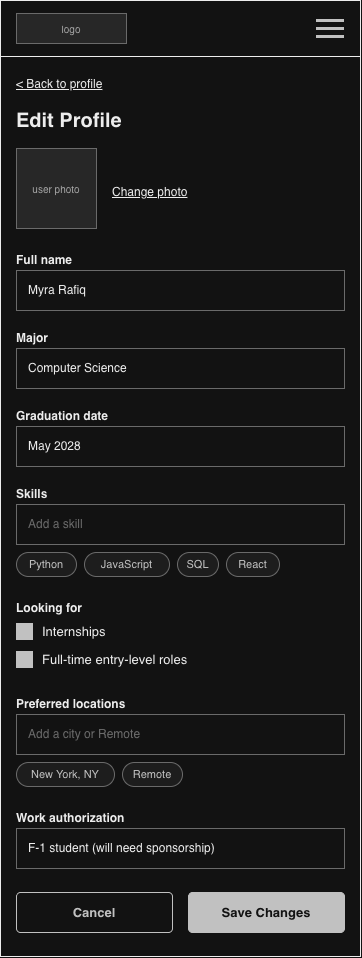
The draw.io diagram ux-design/wireframes-21-edit-profile.drawio.png in agile-students-fall2026/CareerHive, before a commit. Source tidied: cells renumbered, new cells last; positions are measured from the earlier drawing's top-left corner, leaving out a move shared by most shapes.
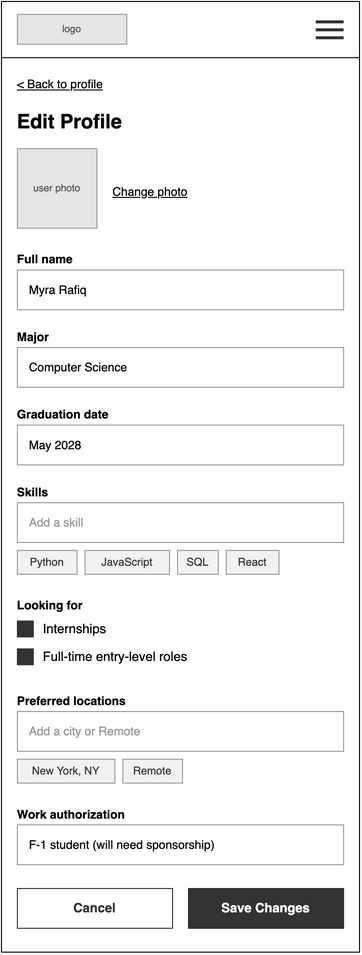
The same file after the commit.

The edit, as a diff of the source:
```diff
@@ -17,94 +17,94 @@
     <mxCell id="6" style="html=1;whiteSpace=wrap;fontFamily=Helvetica;rounded=0;fillColor=#333333;strokeColor=none;" parent="1" vertex="1">
       <mxGeometry x="316" y="35" width="28" height="3" as="geometry" />
     </mxCell>
-    <mxCell id="7" style="html=1;whiteSpace=wrap;fontFamily=Helvetica;fillColor=#000000;strokeColor=none;" parent="1" vertex="1">
+    <mxCell id="7" style="html=1;whiteSpace=wrap;fontFamily=Helvetica;fillColor=#000000;strokeColor=none;rounded=0;" parent="1" vertex="1">
       <mxGeometry y="56" width="360" height="1" as="geometry" />
     </mxCell>
-    <mxCell id="8" value="&amp;lt; Back to profile" style="html=1;whiteSpace=wrap;fontFamily=Helvetica;text;strokeColor=none;fillColor=none;spacing=0;overflow=visible;fontSize=12;fontStyle=4;fontColor=#000000;align=left;verticalAlign=top;" parent="1" vertex="1">
+    <mxCell id="8" value="&amp;lt; Back to profile" style="html=1;whiteSpace=wrap;fontFamily=Helvetica;text;strokeColor=none;fillColor=none;spacing=0;overflow=visible;fontSize=12;fontStyle=4;fontColor=#000000;align=left;verticalAlign=top;rounded=0;" parent="1" vertex="1">
       <mxGeometry x="16" y="72" width="200" height="16" as="geometry" />
     </mxCell>
-    <mxCell id="9" value="Edit Profile" style="html=1;whiteSpace=wrap;fontFamily=Helvetica;text;strokeColor=none;fillColor=none;spacing=0;overflow=visible;fontSize=20;fontStyle=1;fontColor=#000000;align=left;verticalAlign=top;" parent="1" vertex="1">
+    <mxCell id="9" value="Edit Profile" style="html=1;whiteSpace=wrap;fontFamily=Helvetica;text;strokeColor=none;fillColor=none;spacing=0;overflow=visible;fontSize=20;fontStyle=1;fontColor=#000000;align=left;verticalAlign=top;rounded=0;" parent="1" vertex="1">
       <mxGeometry x="16" y="104" width="328" height="28" as="geometry" />
     </mxCell>
     <mxCell id="10" value="user photo" style="html=1;whiteSpace=wrap;fontFamily=Helvetica;rounded=0;fillColor=#E6E6E6;strokeColor=#999999;fontColor=#555555;fontSize=10;" parent="1" vertex="1">
       <mxGeometry x="16" y="148" width="80" height="80" as="geometry" />
     </mxCell>
-    <mxCell id="11" value="Change photo" style="html=1;whiteSpace=wrap;fontFamily=Helvetica;text;strokeColor=none;fillColor=none;spacing=0;overflow=visible;fontSize=12;fontStyle=4;fontColor=#000000;align=left;verticalAlign=top;" parent="1" vertex="1">
+    <mxCell id="11" value="Change photo" style="html=1;whiteSpace=wrap;fontFamily=Helvetica;text;strokeColor=none;fillColor=none;spacing=0;overflow=visible;fontSize=12;fontStyle=4;fontColor=#000000;align=left;verticalAlign=top;rounded=0;" parent="1" vertex="1">
       <mxGeometry x="112" y="180" width="150" height="18" as="geometry" />
     </mxCell>
-    <mxCell id="12" value="Full name" style="html=1;whiteSpace=wrap;fontFamily=Helvetica;text;strokeColor=none;fillColor=none;spacing=0;overflow=visible;fontSize=12;fontStyle=1;fontColor=#000000;align=left;verticalAlign=top;" parent="1" vertex="1">
+    <mxCell id="12" value="Full name" style="html=1;whiteSpace=wrap;fontFamily=Helvetica;text;strokeColor=none;fillColor=none;spacing=0;overflow=visible;fontSize=12;fontStyle=1;fontColor=#000000;align=left;verticalAlign=top;rounded=0;" parent="1" vertex="1">
       <mxGeometry x="16" y="248" width="328" height="16" as="geometry" />
     </mxCell>
     <mxCell id="13" value="Myra Rafiq" style="html=1;whiteSpace=wrap;fontFamily=Helvetica;rounded=0;fillColor=#FFFFFF;strokeColor=#999999;align=left;verticalAlign=middle;spacingLeft=10;spacingTop=0;spacingRight=10;fontSize=12;fontColor=#000000;" parent="1" vertex="1">
       <mxGeometry x="16" y="270" width="328" height="40" as="geometry" />
     </mxCell>
-    <mxCell id="14" value="Major" style="html=1;whiteSpace=wrap;fontFamily=Helvetica;text;strokeColor=none;fillColor=none;spacing=0;overflow=visible;fontSize=12;fontStyle=1;fontColor=#000000;align=left;verticalAlign=top;" parent="1" vertex="1">
+    <mxCell id="14" value="Major" style="html=1;whiteSpace=wrap;fontFamily=Helvetica;text;strokeColor=none;fillColor=none;spacing=0;overflow=visible;fontSize=12;fontStyle=1;fontColor=#000000;align=left;verticalAlign=top;rounded=0;" parent="1" vertex="1">
       <mxGeometry x="16" y="326" width="328" height="16" as="geometry" />
     </mxCell>
     <mxCell id="15" value="Computer Science" style="html=1;whiteSpace=wrap;fontFamily=Helvetica;rounded=0;fillColor=#FFFFFF;strokeColor=#999999;align=left;verticalAlign=middle;spacingLeft=10;spacingTop=0;spacingRight=10;fontSize=12;fontColor=#000000;" parent="1" vertex="1">
       <mxGeometry x="16" y="348" width="328" height="40" as="geometry" />
     </mxCell>
-    <mxCell id="16" value="Graduation date" style="html=1;whiteSpace=wrap;fontFamily=Helvetica;text;strokeColor=none;fillColor=none;spacing=0;overflow=visible;fontSize=12;fontStyle=1;fontColor=#000000;align=left;verticalAlign=top;" parent="1" vertex="1">
+    <mxCell id="16" value="Graduation date" style="html=1;whiteSpace=wrap;fontFamily=Helvetica;text;strokeColor=none;fillColor=none;spacing=0;overflow=visible;fontSize=12;fontStyle=1;fontColor=#000000;align=left;verticalAlign=top;rounded=0;" parent="1" vertex="1">
       <mxGeometry x="16" y="404" width="328" height="16" as="geometry" />
     </mxCell>
     <mxCell id="17" value="May 2028" style="html=1;whiteSpace=wrap;fontFamily=Helvetica;rounded=0;fillColor=#FFFFFF;strokeColor=#999999;align=left;verticalAlign=middle;spacingLeft=10;spacingTop=0;spacingRight=10;fontSize=12;fontColor=#000000;" parent="1" vertex="1">
       <mxGeometry x="16" y="426" width="328" height="40" as="geometry" />
     </mxCell>
-    <mxCell id="18" value="Skills" style="html=1;whiteSpace=wrap;fontFamily=Helvetica;text;strokeColor=none;fillColor=none;spacing=0;overflow=visible;fontSize=12;fontStyle=1;fontColor=#000000;align=left;verticalAlign=top;" parent="1" vertex="1">
+    <mxCell id="18" value="Skills" style="html=1;whiteSpace=wrap;fontFamily=Helvetica;text;strokeColor=none;fillColor=none;spacing=0;overflow=visible;fontSize=12;fontStyle=1;fontColor=#000000;align=left;verticalAlign=top;rounded=0;" parent="1" vertex="1">
       <mxGeometry x="16" y="482" width="328" height="16" as="geometry" />
     </mxCell>
     <mxCell id="19" value="Add a skill" style="html=1;whiteSpace=wrap;fontFamily=Helvetica;rounded=0;fillColor=#FFFFFF;strokeColor=#999999;align=left;verticalAlign=middle;spacingLeft=10;spacingTop=0;spacingRight=10;fontSize=12;fontColor=#999999;" parent="1" vertex="1">
       <mxGeometry x="16" y="504" width="328" height="40" as="geometry" />
     </mxCell>
-    <mxCell id="20" value="Python" style="html=1;whiteSpace=wrap;fontFamily=Helvetica;rounded=1;arcSize=50;fontSize=11;fillColor=#F2F2F2;strokeColor=#999999;fontColor=#333333;" parent="1" vertex="1">
+    <mxCell id="20" value="Python" style="html=1;whiteSpace=wrap;fontFamily=Helvetica;rounded=0;arcSize=0;fontSize=11;fillColor=#F2F2F2;strokeColor=#999999;fontColor=#333333;" parent="1" vertex="1">
       <mxGeometry x="16" y="552" width="60" height="24" as="geometry" />
     </mxCell>
-    <mxCell id="21" value="JavaScript" style="html=1;whiteSpace=wrap;fontFamily=Helvetica;rounded=1;arcSize=50;fontSize=11;fillColor=#F2F2F2;strokeColor=#999999;fontColor=#333333;" parent="1" vertex="1">
+    <mxCell id="21" value="JavaScript" style="html=1;whiteSpace=wrap;fontFamily=Helvetica;rounded=0;arcSize=0;fontSize=11;fillColor=#F2F2F2;strokeColor=#999999;fontColor=#333333;" parent="1" vertex="1">
       <mxGeometry x="84" y="552" width="85" height="24" as="geometry" />
     </mxCell>
-    <mxCell id="22" value="SQL" style="html=1;whiteSpace=wrap;fontFamily=Helvetica;rounded=1;arcSize=50;fontSize=11;fillColor=#F2F2F2;strokeColor=#999999;fontColor=#333333;" parent="1" vertex="1">
+    <mxCell id="22" value="SQL" style="html=1;whiteSpace=wrap;fontFamily=Helvetica;rounded=0;arcSize=0;fontSize=11;fillColor=#F2F2F2;strokeColor=#999999;fontColor=#333333;" parent="1" vertex="1">
       <mxGeometry x="177" y="552" width="41" height="24" as="geometry" />
     </mxCell>
-    <mxCell id="23" value="React" style="html=1;whiteSpace=wrap;fontFamily=Helvetica;rounded=1;arcSize=50;fontSize=11;fillColor=#F2F2F2;strokeColor=#999999;fontColor=#333333;" parent="1" vertex="1">
+    <mxCell id="23" value="React" style="html=1;whiteSpace=wrap;fontFamily=Helvetica;rounded=0;arcSize=0;fontSize=11;fillColor=#F2F2F2;strokeColor=#999999;fontColor=#333333;" parent="1" vertex="1">
       <mxGeometry x="226" y="552" width="53" height="24" as="geometry" />
     </mxCell>
-    <mxCell id="24" value="Looking for" style="html=1;whiteSpace=wrap;fontFamily=Helvetica;text;strokeColor=none;fillColor=none;spacing=0;overflow=visible;fontSize=12;fontStyle=1;fontColor=#000000;align=left;verticalAlign=top;" parent="1" vertex="1">
+    <mxCell id="24" value="Looking for" style="html=1;whiteSpace=wrap;fontFamily=Helvetica;text;strokeColor=none;fillColor=none;spacing=0;overflow=visible;fontSize=12;fontStyle=1;fontColor=#000000;align=left;verticalAlign=top;rounded=0;" parent="1" vertex="1">
       <mxGeometry x="16" y="596" width="328" height="16" as="geometry" />
     </mxCell>
     <mxCell id="25" style="html=1;whiteSpace=wrap;fontFamily=Helvetica;rounded=0;strokeColor=#333333;fillColor=#333333;" parent="1" vertex="1">
       <mxGeometry x="16" y="623" width="16" height="16" as="geometry" />
     </mxCell>
-    <mxCell id="26" value="Internships" style="html=1;whiteSpace=wrap;fontFamily=Helvetica;text;strokeColor=none;fillColor=none;spacing=0;overflow=visible;fontSize=13;fontStyle=0;fontColor=#000000;align=left;verticalAlign=middle;" parent="1" vertex="1">
+    <mxCell id="26" value="Internships" style="html=1;whiteSpace=wrap;fontFamily=Helvetica;text;strokeColor=none;fillColor=none;spacing=0;overflow=visible;fontSize=13;fontStyle=0;fontColor=#000000;align=left;verticalAlign=middle;rounded=0;" parent="1" vertex="1">
       <mxGeometry x="42" y="622" width="280" height="18" as="geometry" />
     </mxCell>
     <mxCell id="27" style="html=1;whiteSpace=wrap;fontFamily=Helvetica;rounded=0;strokeColor=#333333;fillColor=#333333;" parent="1" vertex="1">
       <mxGeometry x="16" y="651" width="16" height="16" as="geometry" />
     </mxCell>
-    <mxCell id="28" value="Full-time entry-level roles" style="html=1;whiteSpace=wrap;fontFamily=Helvetica;text;strokeColor=none;fillColor=none;spacing=0;overflow=visible;fontSize=13;fontStyle=0;fontColor=#000000;align=left;verticalAlign=middle;" parent="1" vertex="1">
+    <mxCell id="28" value="Full-time entry-level roles" style="html=1;whiteSpace=wrap;fontFamily=Helvetica;text;strokeColor=none;fillColor=none;spacing=0;overflow=visible;fontSize=13;fontStyle=0;fontColor=#000000;align=left;verticalAlign=middle;rounded=0;" parent="1" vertex="1">
       <mxGeometry x="42" y="650" width="280" height="18" as="geometry" />
     </mxCell>
-    <mxCell id="29" value="Preferred locations" style="html=1;whiteSpace=wrap;fontFamily=Helvetica;text;strokeColor=none;fillColor=none;spacing=0;overflow=visible;fontSize=12;fontStyle=1;fontColor=#000000;align=left;verticalAlign=top;" parent="1" vertex="1">
+    <mxCell id="29" value="Preferred locations" style="html=1;whiteSpace=wrap;fontFamily=Helvetica;text;strokeColor=none;fillColor=none;spacing=0;overflow=visible;fontSize=12;fontStyle=1;fontColor=#000000;align=left;verticalAlign=top;rounded=0;" parent="1" vertex="1">
       <mxGeometry x="16" y="692" width="328" height="16" as="geometry" />
     </mxCell>
     <mxCell id="30" value="Add a city or Remote" style="html=1;whiteSpace=wrap;fontFamily=Helvetica;rounded=0;fillColor=#FFFFFF;strokeColor=#999999;align=left;verticalAlign=middle;spacingLeft=10;spacingTop=0;spacingRight=10;fontSize=12;fontColor=#999999;" parent="1" vertex="1">
       <mxGeometry x="16" y="714" width="328" height="40" as="geometry" />
     </mxCell>
-    <mxCell id="31" value="New York, NY" style="html=1;whiteSpace=wrap;fontFamily=Helvetica;rounded=1;arcSize=50;fontSize=11;fillColor=#F2F2F2;strokeColor=#999999;fontColor=#333333;" parent="1" vertex="1">
+    <mxCell id="31" value="New York, NY" style="html=1;whiteSpace=wrap;fontFamily=Helvetica;rounded=0;arcSize=0;fontSize=11;fillColor=#F2F2F2;strokeColor=#999999;fontColor=#333333;" parent="1" vertex="1">
       <mxGeometry x="16" y="762" width="98" height="24" as="geometry" />
     </mxCell>
-    <mxCell id="32" value="Remote" style="html=1;whiteSpace=wrap;fontFamily=Helvetica;rounded=1;arcSize=50;fontSize=11;fillColor=#F2F2F2;strokeColor=#999999;fontColor=#333333;" parent="1" vertex="1">
+    <mxCell id="32" value="Remote" style="html=1;whiteSpace=wrap;fontFamily=Helvetica;rounded=0;arcSize=0;fontSize=11;fillColor=#F2F2F2;strokeColor=#999999;fontColor=#333333;" parent="1" vertex="1">
       <mxGeometry x="122" y="762" width="60" height="24" as="geometry" />
     </mxCell>
-    <mxCell id="33" value="Work authorization" style="html=1;whiteSpace=wrap;fontFamily=Helvetica;text;strokeColor=none;fillColor=none;spacing=0;overflow=visible;fontSize=12;fontStyle=1;fontColor=#000000;align=left;verticalAlign=top;" parent="1" vertex="1">
+    <mxCell id="33" value="Work authorization" style="html=1;whiteSpace=wrap;fontFamily=Helvetica;text;strokeColor=none;fillColor=none;spacing=0;overflow=visible;fontSize=12;fontStyle=1;fontColor=#000000;align=left;verticalAlign=top;rounded=0;" parent="1" vertex="1">
       <mxGeometry x="16" y="806" width="328" height="16" as="geometry" />
     </mxCell>
     <mxCell id="34" value="F-1 student (will need sponsorship)" style="html=1;whiteSpace=wrap;fontFamily=Helvetica;rounded=0;fillColor=#FFFFFF;strokeColor=#999999;align=left;verticalAlign=middle;spacingLeft=10;spacingTop=0;spacingRight=10;fontSize=12;fontColor=#000000;" parent="1" vertex="1">
       <mxGeometry x="16" y="828" width="328" height="40" as="geometry" />
     </mxCell>
-    <mxCell id="35" value="Cancel" style="html=1;whiteSpace=wrap;fontFamily=Helvetica;rounded=1;arcSize=10;fontSize=13;fontStyle=1;fillColor=#FFFFFF;strokeColor=#333333;fontColor=#333333;" parent="1" vertex="1">
+    <mxCell id="35" value="Cancel" style="html=1;whiteSpace=wrap;fontFamily=Helvetica;rounded=0;arcSize=0;fontSize=13;fontStyle=1;fillColor=#FFFFFF;strokeColor=#333333;fontColor=#333333;" parent="1" vertex="1">
       <mxGeometry x="16" y="892" width="156" height="40" as="geometry" />
     </mxCell>
-    <mxCell id="36" value="Save Changes" style="html=1;whiteSpace=wrap;fontFamily=Helvetica;rounded=1;arcSize=10;fontSize=13;fontStyle=1;fillColor=#333333;strokeColor=#333333;fontColor=#FFFFFF;" parent="1" vertex="1">
+    <mxCell id="36" value="Save Changes" style="html=1;whiteSpace=wrap;fontFamily=Helvetica;rounded=0;arcSize=0;fontSize=13;fontStyle=1;fillColor=#333333;strokeColor=#333333;fontColor=#FFFFFF;" parent="1" vertex="1">
       <mxGeometry x="188" y="892" width="156" height="40" as="geometry" />
     </mxCell>
   </root>
```
